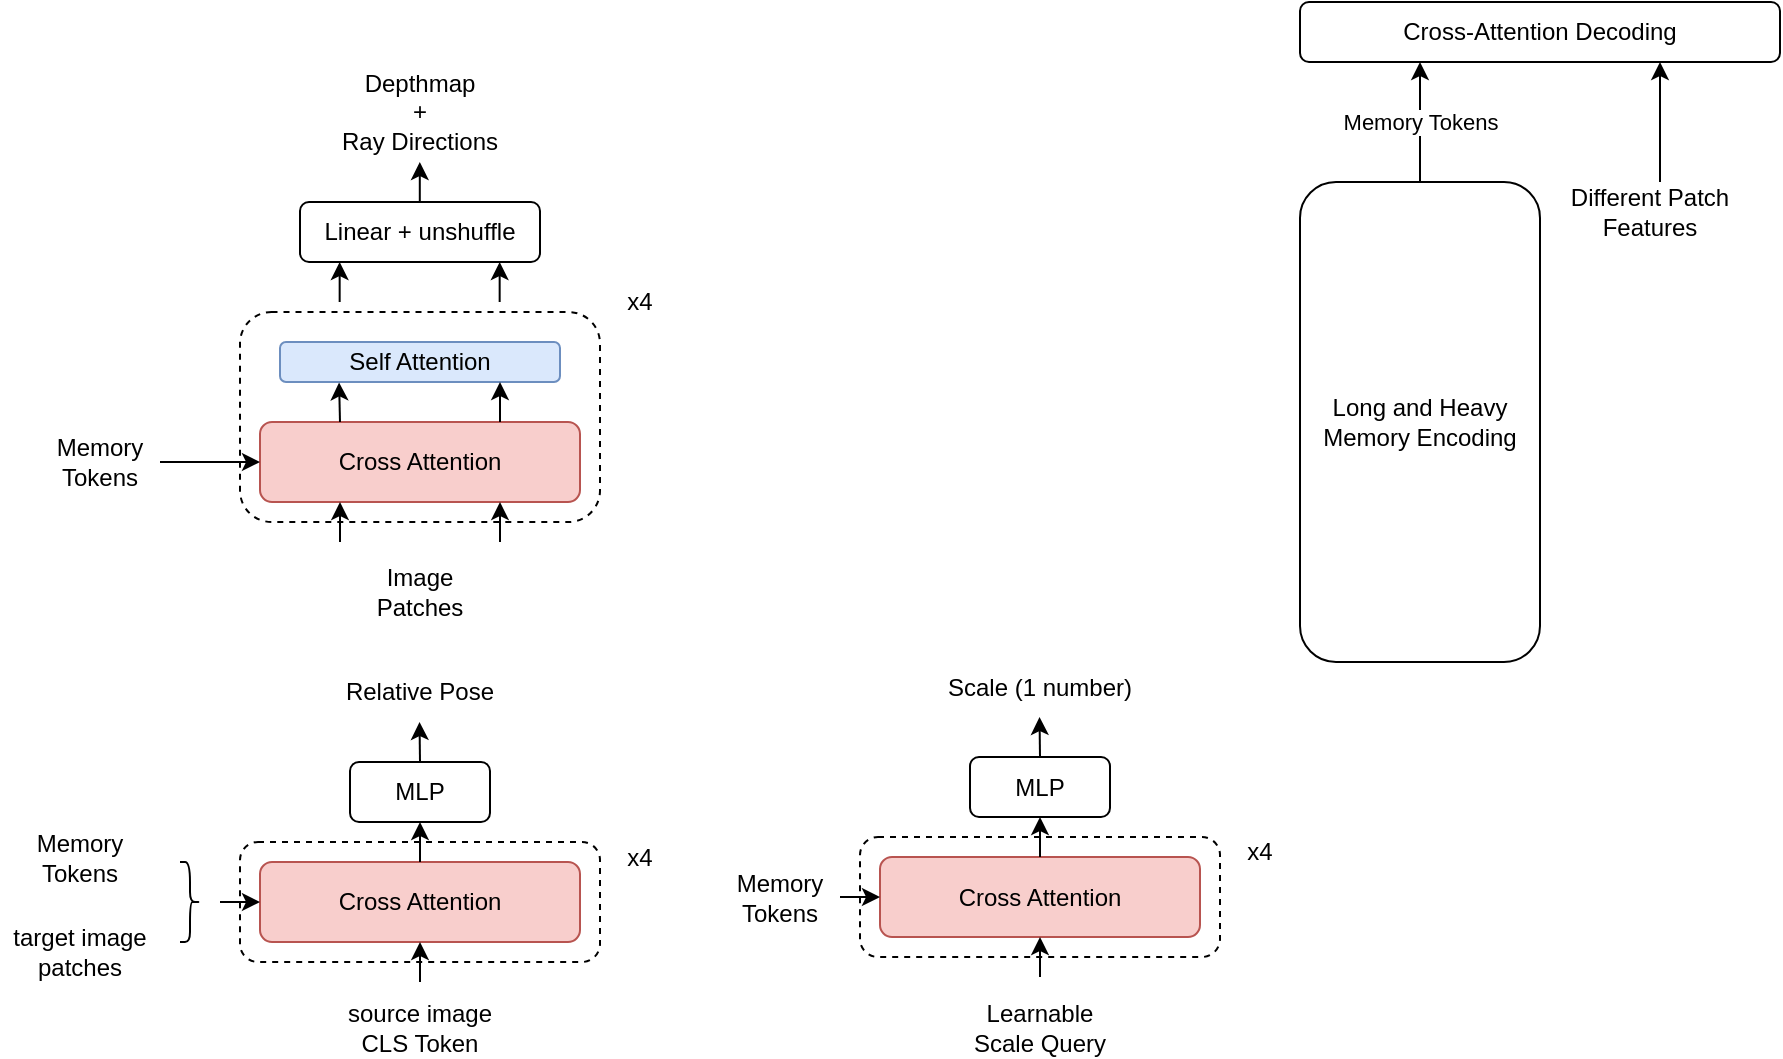
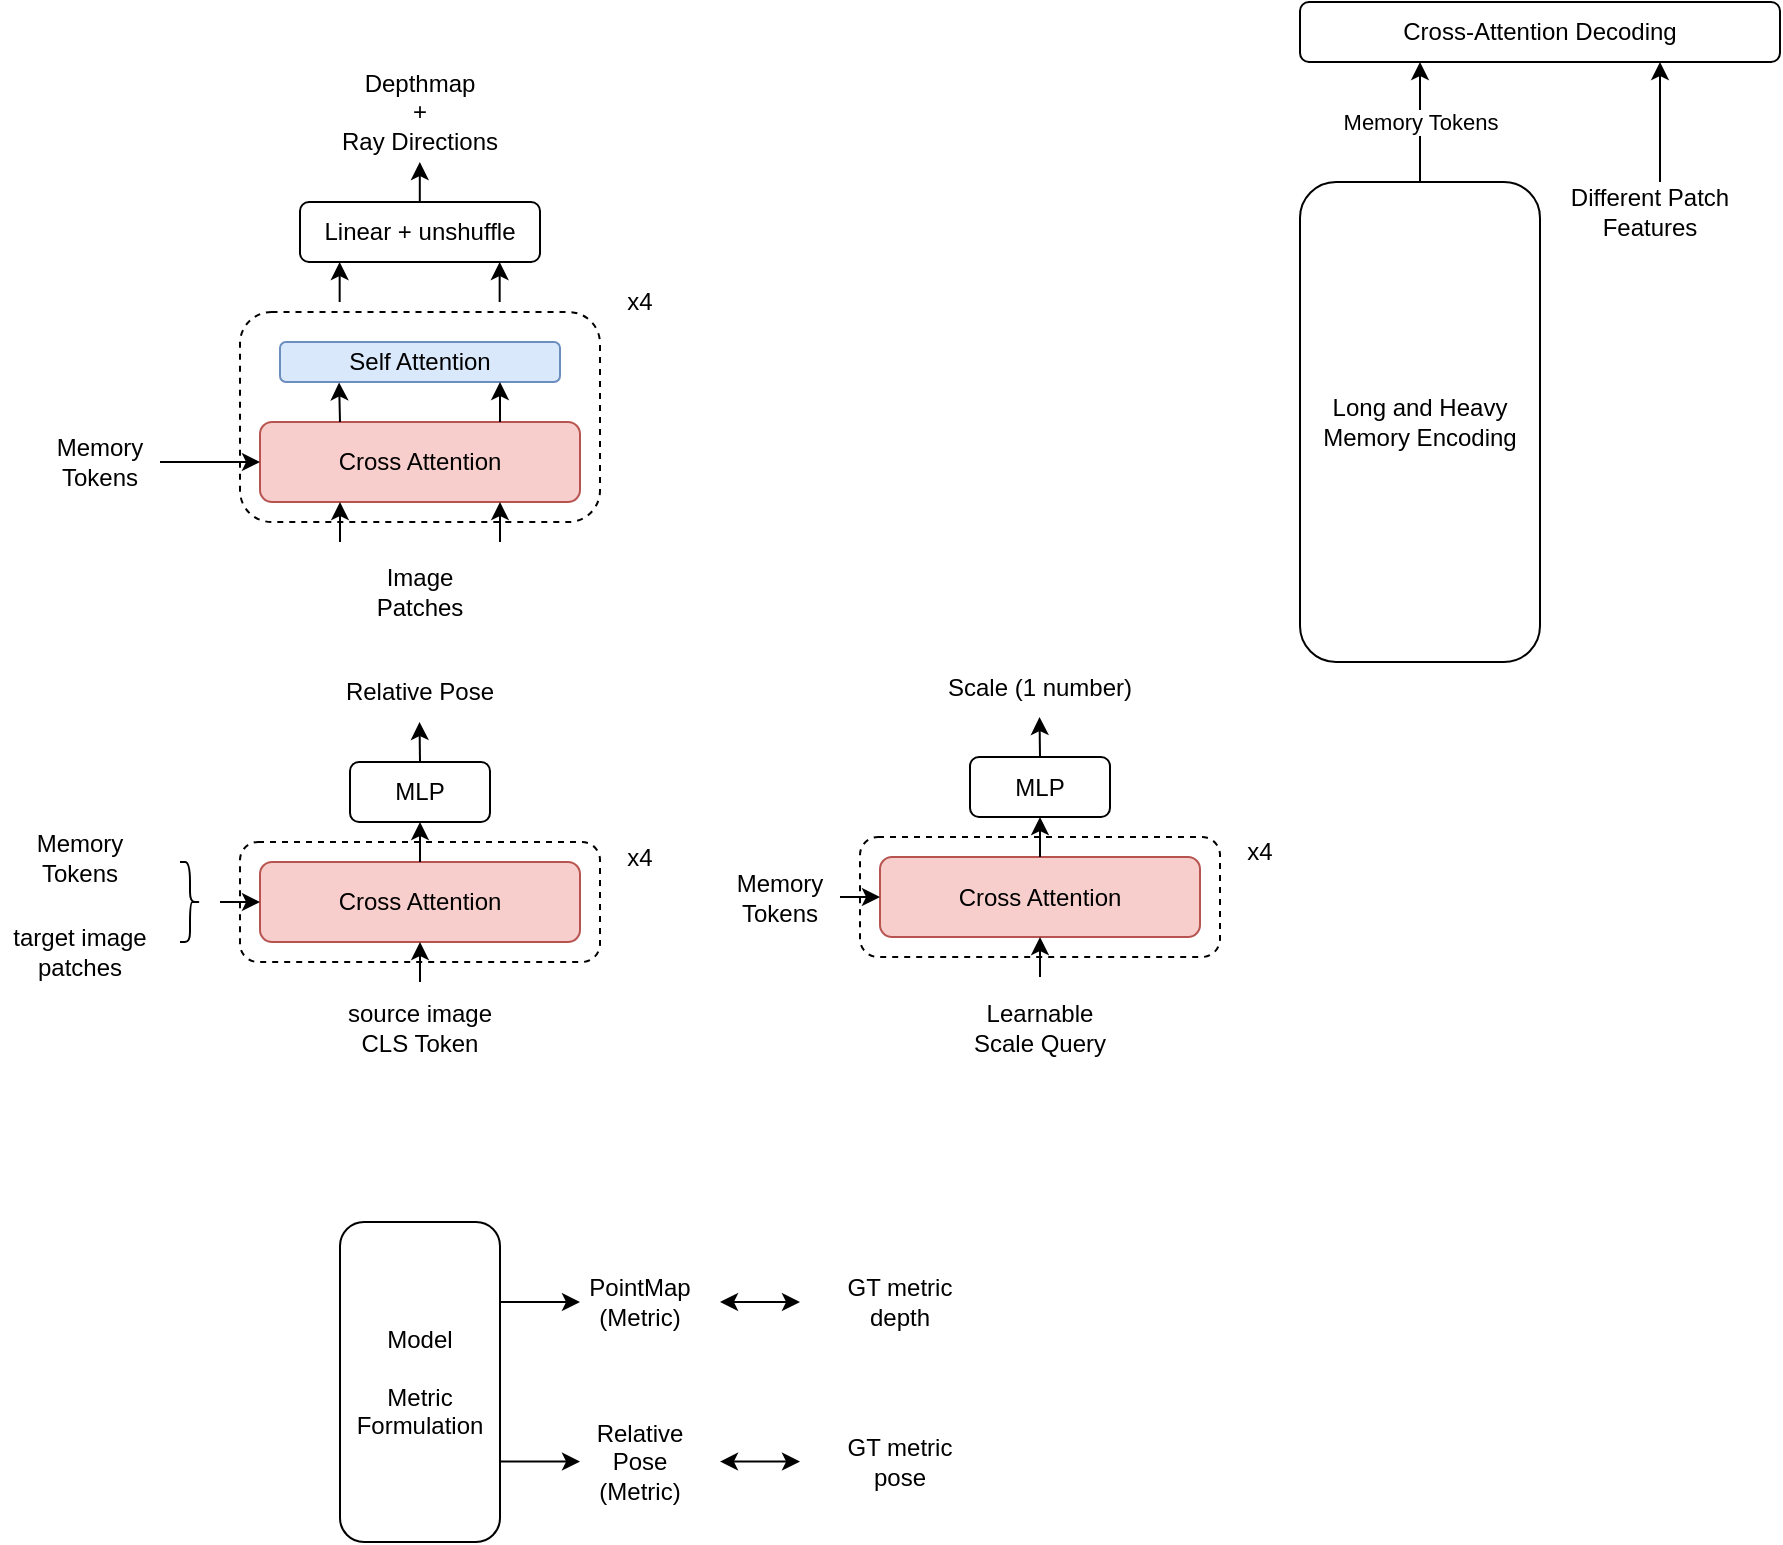
<mxfile host="app.diagrams.net">
  <diagram name="Page-1" id="LQt2_Hfh7H6-ZKKHvrbg">
-     <mxGraphModel dx="1523" dy="391" grid="1" gridSize="10" guides="1" tooltips="1" connect="1" arrows="1" fold="1" page="1" pageScale="1" pageWidth="850" pageHeight="1100" math="0" shadow="0">
+     <mxGraphModel dx="1416" dy="329" grid="1" gridSize="10" guides="1" tooltips="1" connect="1" arrows="1" fold="1" page="1" pageScale="1" pageWidth="850" pageHeight="1100" math="0" shadow="0">
      <root>
        <mxCell id="0" />
        <mxCell id="1" parent="0" />
        <mxCell id="Kup8zPqzDn_rHlbHAEMb-9" parent="1" style="rounded=1;whiteSpace=wrap;html=1;dashed=1;" value="" vertex="1">
          <mxGeometry height="105" width="180" x="30" y="185" as="geometry" />
        </mxCell>
        <mxCell id="Kup8zPqzDn_rHlbHAEMb-1" parent="1" style="text;html=1;whiteSpace=wrap;strokeColor=none;fillColor=none;align=center;verticalAlign=middle;rounded=0;" value="Memory&lt;div&gt;Tokens&lt;/div&gt;" vertex="1">
          <mxGeometry height="30" width="60" x="-70" y="245" as="geometry" />
        </mxCell>
        <mxCell id="Kup8zPqzDn_rHlbHAEMb-2" parent="1" style="rounded=1;whiteSpace=wrap;html=1;fillColor=#f8cecc;strokeColor=#b85450;" value="Cross Attention" vertex="1">
          <mxGeometry height="40" width="160" x="40" y="240" as="geometry" />
        </mxCell>
        <mxCell id="Kup8zPqzDn_rHlbHAEMb-3" parent="1" style="rounded=1;whiteSpace=wrap;html=1;fillColor=#dae8fc;strokeColor=#6c8ebf;" value="Self Attention" vertex="1">
          <mxGeometry height="20" width="140" x="50" y="200" as="geometry" />
        </mxCell>
        <mxCell id="Kup8zPqzDn_rHlbHAEMb-4" edge="1" parent="1" source="Kup8zPqzDn_rHlbHAEMb-1" style="endArrow=classic;html=1;rounded=0;exitX=1;exitY=0.5;exitDx=0;exitDy=0;entryX=0;entryY=0.5;entryDx=0;entryDy=0;" target="Kup8zPqzDn_rHlbHAEMb-2" value="">
          <mxGeometry height="50" relative="1" width="50" as="geometry">
            <mxPoint x="-30" y="350" as="sourcePoint" />
            <mxPoint x="20" y="300" as="targetPoint" />
          </mxGeometry>
        </mxCell>
        <mxCell id="Kup8zPqzDn_rHlbHAEMb-5" edge="1" parent="1" source="Kup8zPqzDn_rHlbHAEMb-2" style="endArrow=classic;html=1;rounded=0;exitX=0.25;exitY=0;exitDx=0;exitDy=0;entryX=0.211;entryY=1.01;entryDx=0;entryDy=0;entryPerimeter=0;" target="Kup8zPqzDn_rHlbHAEMb-3" value="">
          <mxGeometry height="50" relative="1" width="50" as="geometry">
            <mxPoint x="80" y="350" as="sourcePoint" />
            <mxPoint x="130" y="300" as="targetPoint" />
          </mxGeometry>
        </mxCell>
        <mxCell id="Kup8zPqzDn_rHlbHAEMb-6" edge="1" parent="1" style="endArrow=classic;html=1;rounded=0;exitX=0.25;exitY=0;exitDx=0;exitDy=0;entryX=0.211;entryY=1.01;entryDx=0;entryDy=0;entryPerimeter=0;" value="">
          <mxGeometry height="50" relative="1" width="50" as="geometry">
            <mxPoint x="160" y="240" as="sourcePoint" />
            <mxPoint x="160" y="220" as="targetPoint" />
          </mxGeometry>
        </mxCell>
        <mxCell id="Kup8zPqzDn_rHlbHAEMb-7" edge="1" parent="1" style="endArrow=classic;html=1;rounded=0;entryX=0.25;entryY=1;entryDx=0;entryDy=0;" target="Kup8zPqzDn_rHlbHAEMb-2" value="">
          <mxGeometry height="50" relative="1" width="50" as="geometry">
            <mxPoint x="80" y="300" as="sourcePoint" />
            <mxPoint x="90" y="300" as="targetPoint" />
          </mxGeometry>
        </mxCell>
        <mxCell id="Kup8zPqzDn_rHlbHAEMb-8" edge="1" parent="1" style="endArrow=classic;html=1;rounded=0;entryX=0.25;entryY=1;entryDx=0;entryDy=0;" value="">
          <mxGeometry height="50" relative="1" width="50" as="geometry">
            <mxPoint x="160" y="300" as="sourcePoint" />
            <mxPoint x="160" y="280" as="targetPoint" />
          </mxGeometry>
        </mxCell>
        <mxCell id="Kup8zPqzDn_rHlbHAEMb-10" parent="1" style="text;html=1;whiteSpace=wrap;strokeColor=none;fillColor=none;align=center;verticalAlign=middle;rounded=0;" value="Image Patches" vertex="1">
          <mxGeometry height="30" width="60" x="90" y="310" as="geometry" />
        </mxCell>
        <mxCell id="Kup8zPqzDn_rHlbHAEMb-11" parent="1" style="text;html=1;whiteSpace=wrap;strokeColor=none;fillColor=none;align=center;verticalAlign=middle;rounded=0;" value="x4" vertex="1">
          <mxGeometry height="20" width="20" x="220" y="170" as="geometry" />
        </mxCell>
        <mxCell id="Kup8zPqzDn_rHlbHAEMb-12" edge="1" parent="1" style="endArrow=classic;html=1;rounded=0;entryX=0.25;entryY=1;entryDx=0;entryDy=0;" value="">
          <mxGeometry height="50" relative="1" width="50" as="geometry">
            <mxPoint x="79.82999999999998" y="180" as="sourcePoint" />
            <mxPoint x="79.82999999999998" y="160" as="targetPoint" />
          </mxGeometry>
        </mxCell>
        <mxCell id="Kup8zPqzDn_rHlbHAEMb-13" edge="1" parent="1" style="endArrow=classic;html=1;rounded=0;entryX=0.25;entryY=1;entryDx=0;entryDy=0;" value="">
          <mxGeometry height="50" relative="1" width="50" as="geometry">
            <mxPoint x="159.82999999999998" y="180" as="sourcePoint" />
            <mxPoint x="159.82999999999998" y="160" as="targetPoint" />
          </mxGeometry>
        </mxCell>
        <mxCell id="Kup8zPqzDn_rHlbHAEMb-14" parent="1" style="text;html=1;whiteSpace=wrap;strokeColor=none;fillColor=none;align=center;verticalAlign=middle;rounded=0;" value="Depthmap&lt;div&gt;+&lt;/div&gt;&lt;div&gt;Ray Directions&lt;/div&gt;" vertex="1">
          <mxGeometry height="30" width="100" x="70" y="70" as="geometry" />
        </mxCell>
        <mxCell id="Kup8zPqzDn_rHlbHAEMb-16" parent="1" style="rounded=1;whiteSpace=wrap;html=1;dashed=1;" value="" vertex="1">
          <mxGeometry height="60" width="180" x="30" y="450" as="geometry" />
        </mxCell>
        <mxCell id="Kup8zPqzDn_rHlbHAEMb-17" parent="1" style="rounded=1;whiteSpace=wrap;html=1;fillColor=#f8cecc;strokeColor=#b85450;" value="Cross Attention" vertex="1">
          <mxGeometry height="40" width="160" x="40" y="460" as="geometry" />
        </mxCell>
        <mxCell id="Kup8zPqzDn_rHlbHAEMb-19" edge="1" parent="1" style="endArrow=classic;html=1;rounded=0;entryX=0;entryY=0.5;entryDx=0;entryDy=0;" target="Kup8zPqzDn_rHlbHAEMb-17" value="">
          <mxGeometry height="50" relative="1" width="50" as="geometry">
            <mxPoint x="20" y="480" as="sourcePoint" />
            <mxPoint x="20" y="520" as="targetPoint" />
          </mxGeometry>
        </mxCell>
        <mxCell id="Kup8zPqzDn_rHlbHAEMb-20" edge="1" parent="1" source="Kup8zPqzDn_rHlbHAEMb-17" style="endArrow=classic;html=1;rounded=0;exitX=0.5;exitY=0;exitDx=0;exitDy=0;entryX=0.5;entryY=1;entryDx=0;entryDy=0;" target="Kup8zPqzDn_rHlbHAEMb-31" value="">
          <mxGeometry height="50" relative="1" width="50" as="geometry">
            <mxPoint x="120" y="460" as="sourcePoint" />
            <mxPoint x="119.53999999999996" y="440.20000000000005" as="targetPoint" />
          </mxGeometry>
        </mxCell>
        <mxCell id="Kup8zPqzDn_rHlbHAEMb-22" edge="1" parent="1" style="endArrow=classic;html=1;rounded=0;entryX=0.25;entryY=1;entryDx=0;entryDy=0;" value="">
          <mxGeometry height="50" relative="1" width="50" as="geometry">
            <mxPoint x="120" y="520" as="sourcePoint" />
            <mxPoint x="120" y="500" as="targetPoint" />
          </mxGeometry>
        </mxCell>
        <mxCell id="Kup8zPqzDn_rHlbHAEMb-24" parent="1" style="text;html=1;whiteSpace=wrap;strokeColor=none;fillColor=none;align=center;verticalAlign=middle;rounded=0;" value="source image CLS Token" vertex="1">
          <mxGeometry height="30" width="100" x="70" y="527.5" as="geometry" />
        </mxCell>
        <mxCell id="Kup8zPqzDn_rHlbHAEMb-25" parent="1" style="text;html=1;whiteSpace=wrap;strokeColor=none;fillColor=none;align=center;verticalAlign=middle;rounded=0;" value="x4" vertex="1">
          <mxGeometry height="20" width="20" x="220" y="447.5" as="geometry" />
        </mxCell>
        <mxCell id="Kup8zPqzDn_rHlbHAEMb-28" parent="1" style="text;html=1;whiteSpace=wrap;strokeColor=none;fillColor=none;align=center;verticalAlign=middle;rounded=0;" value="Relative Pose" vertex="1">
          <mxGeometry height="30" width="100" x="70" y="360" as="geometry" />
        </mxCell>
        <mxCell id="Kup8zPqzDn_rHlbHAEMb-29" parent="1" style="text;html=1;whiteSpace=wrap;strokeColor=none;fillColor=none;align=center;verticalAlign=middle;rounded=0;" value="Memory&lt;div&gt;Tokens&lt;/div&gt;" vertex="1">
          <mxGeometry height="30" width="80" x="-90" y="442.5" as="geometry" />
        </mxCell>
        <mxCell id="Kup8zPqzDn_rHlbHAEMb-31" parent="1" style="rounded=1;whiteSpace=wrap;html=1;" value="MLP" vertex="1">
          <mxGeometry height="30" width="70" x="85" y="410" as="geometry" />
        </mxCell>
        <mxCell id="Kup8zPqzDn_rHlbHAEMb-33" edge="1" parent="1" source="Kup8zPqzDn_rHlbHAEMb-31" style="endArrow=classic;html=1;rounded=0;exitX=0.5;exitY=0;exitDx=0;exitDy=0;entryX=0.211;entryY=1.01;entryDx=0;entryDy=0;entryPerimeter=0;" value="">
          <mxGeometry height="50" relative="1" width="50" as="geometry">
            <mxPoint x="120.22000000000003" y="409.79999999999995" as="sourcePoint" />
            <mxPoint x="119.75999999999999" y="390" as="targetPoint" />
          </mxGeometry>
        </mxCell>
        <mxCell id="Kup8zPqzDn_rHlbHAEMb-34" parent="1" style="rounded=1;whiteSpace=wrap;html=1;dashed=1;" value="" vertex="1">
          <mxGeometry height="60" width="180" x="340" y="447.5" as="geometry" />
        </mxCell>
        <mxCell id="Kup8zPqzDn_rHlbHAEMb-35" parent="1" style="rounded=1;whiteSpace=wrap;html=1;fillColor=#f8cecc;strokeColor=#b85450;" value="Cross Attention" vertex="1">
          <mxGeometry height="40" width="160" x="350" y="457.5" as="geometry" />
        </mxCell>
        <mxCell id="Kup8zPqzDn_rHlbHAEMb-36" edge="1" parent="1" style="endArrow=classic;html=1;rounded=0;entryX=0;entryY=0.5;entryDx=0;entryDy=0;" target="Kup8zPqzDn_rHlbHAEMb-35" value="">
          <mxGeometry height="50" relative="1" width="50" as="geometry">
            <mxPoint x="330" y="477.5" as="sourcePoint" />
            <mxPoint x="330" y="517.5" as="targetPoint" />
          </mxGeometry>
        </mxCell>
        <mxCell id="Kup8zPqzDn_rHlbHAEMb-37" edge="1" parent="1" source="Kup8zPqzDn_rHlbHAEMb-35" style="endArrow=classic;html=1;rounded=0;exitX=0.5;exitY=0;exitDx=0;exitDy=0;entryX=0.5;entryY=1;entryDx=0;entryDy=0;" target="Kup8zPqzDn_rHlbHAEMb-43" value="">
          <mxGeometry height="50" relative="1" width="50" as="geometry">
            <mxPoint x="430" y="457.5" as="sourcePoint" />
            <mxPoint x="429.53999999999996" y="437.70000000000005" as="targetPoint" />
          </mxGeometry>
        </mxCell>
        <mxCell id="Kup8zPqzDn_rHlbHAEMb-38" edge="1" parent="1" style="endArrow=classic;html=1;rounded=0;entryX=0.25;entryY=1;entryDx=0;entryDy=0;" value="">
          <mxGeometry height="50" relative="1" width="50" as="geometry">
            <mxPoint x="430" y="517.5" as="sourcePoint" />
            <mxPoint x="430" y="497.5" as="targetPoint" />
          </mxGeometry>
        </mxCell>
        <mxCell id="Kup8zPqzDn_rHlbHAEMb-39" parent="1" style="text;html=1;whiteSpace=wrap;strokeColor=none;fillColor=none;align=center;verticalAlign=middle;rounded=0;" value="Learnable&lt;div&gt;Scale Query&lt;/div&gt;" vertex="1">
          <mxGeometry height="30" width="90" x="385" y="527.5" as="geometry" />
        </mxCell>
        <mxCell id="Kup8zPqzDn_rHlbHAEMb-40" parent="1" style="text;html=1;whiteSpace=wrap;strokeColor=none;fillColor=none;align=center;verticalAlign=middle;rounded=0;" value="x4" vertex="1">
          <mxGeometry height="20" width="20" x="530" y="445" as="geometry" />
        </mxCell>
        <mxCell id="Kup8zPqzDn_rHlbHAEMb-41" parent="1" style="text;html=1;whiteSpace=wrap;strokeColor=none;fillColor=none;align=center;verticalAlign=middle;rounded=0;" value="Scale (1 number)" vertex="1">
          <mxGeometry height="30" width="100" x="380" y="357.5" as="geometry" />
        </mxCell>
        <mxCell id="Kup8zPqzDn_rHlbHAEMb-42" parent="1" style="text;html=1;whiteSpace=wrap;strokeColor=none;fillColor=none;align=center;verticalAlign=middle;rounded=0;" value="Memory&lt;div&gt;Tokens&lt;/div&gt;" vertex="1">
          <mxGeometry height="30" width="60" x="270" y="462.5" as="geometry" />
        </mxCell>
        <mxCell id="Kup8zPqzDn_rHlbHAEMb-43" parent="1" style="rounded=1;whiteSpace=wrap;html=1;" value="MLP" vertex="1">
          <mxGeometry height="30" width="70" x="395" y="407.5" as="geometry" />
        </mxCell>
        <mxCell id="Kup8zPqzDn_rHlbHAEMb-44" edge="1" parent="1" source="Kup8zPqzDn_rHlbHAEMb-43" style="endArrow=classic;html=1;rounded=0;exitX=0.5;exitY=0;exitDx=0;exitDy=0;entryX=0.211;entryY=1.01;entryDx=0;entryDy=0;entryPerimeter=0;" value="">
          <mxGeometry height="50" relative="1" width="50" as="geometry">
            <mxPoint x="430.22" y="407.29999999999995" as="sourcePoint" />
            <mxPoint x="429.76" y="387.5" as="targetPoint" />
          </mxGeometry>
        </mxCell>
        <mxCell id="Kup8zPqzDn_rHlbHAEMb-46" parent="1" style="rounded=1;whiteSpace=wrap;html=1;" value="Linear + unshuffle" vertex="1">
          <mxGeometry height="30" width="120" x="60" y="130" as="geometry" />
        </mxCell>
        <mxCell id="Kup8zPqzDn_rHlbHAEMb-47" edge="1" parent="1" style="endArrow=classic;html=1;rounded=0;entryX=0.25;entryY=1;entryDx=0;entryDy=0;" value="">
          <mxGeometry height="50" relative="1" width="50" as="geometry">
            <mxPoint x="119.9" y="130" as="sourcePoint" />
            <mxPoint x="119.9" y="110" as="targetPoint" />
          </mxGeometry>
        </mxCell>
        <mxCell id="Kup8zPqzDn_rHlbHAEMb-48" parent="1" style="text;html=1;whiteSpace=wrap;strokeColor=none;fillColor=none;align=center;verticalAlign=middle;rounded=0;" value="target image patches" vertex="1">
          <mxGeometry height="30" width="80" x="-90" y="490" as="geometry" />
        </mxCell>
        <mxCell id="Kup8zPqzDn_rHlbHAEMb-49" parent="1" style="shape=curlyBracket;whiteSpace=wrap;html=1;rounded=1;flipH=1;labelPosition=right;verticalLabelPosition=middle;align=left;verticalAlign=middle;legacyAnchorPoints=0;" value="" vertex="1">
          <mxGeometry height="40" width="10" y="460" as="geometry" />
        </mxCell>
        <mxCell id="Kup8zPqzDn_rHlbHAEMb-51" parent="1" style="rounded=1;whiteSpace=wrap;html=1;" value="Long and Heavy&lt;div&gt;Memory Encoding&lt;/div&gt;" vertex="1">
          <mxGeometry height="240" width="120" x="560" y="120" as="geometry" />
        </mxCell>
        <mxCell id="Kup8zPqzDn_rHlbHAEMb-52" parent="1" style="rounded=1;whiteSpace=wrap;html=1;" value="Cross-Attention Decoding" vertex="1">
          <mxGeometry height="30" width="240" x="560" y="30" as="geometry" />
        </mxCell>
        <mxCell id="Kup8zPqzDn_rHlbHAEMb-53" edge="1" parent="1" source="Kup8zPqzDn_rHlbHAEMb-51" style="endArrow=classic;html=1;rounded=0;exitX=0.5;exitY=0;exitDx=0;exitDy=0;entryX=0.25;entryY=1;entryDx=0;entryDy=0;" target="Kup8zPqzDn_rHlbHAEMb-52" value="">
          <mxGeometry height="50" relative="1" width="50" as="geometry">
            <mxPoint x="480" y="130" as="sourcePoint" />
            <mxPoint x="530" y="80" as="targetPoint" />
          </mxGeometry>
        </mxCell>
        <mxCell id="Kup8zPqzDn_rHlbHAEMb-54" connectable="0" parent="Kup8zPqzDn_rHlbHAEMb-53" style="edgeLabel;html=1;align=center;verticalAlign=middle;resizable=0;points=[];" value="Memory Tokens" vertex="1">
          <mxGeometry relative="1" as="geometry">
            <mxPoint as="offset" />
          </mxGeometry>
        </mxCell>
        <mxCell id="Kup8zPqzDn_rHlbHAEMb-55" edge="1" parent="1" style="endArrow=classic;html=1;rounded=0;entryX=0.75;entryY=1;entryDx=0;entryDy=0;" target="Kup8zPqzDn_rHlbHAEMb-52" value="">
          <mxGeometry height="50" relative="1" width="50" as="geometry">
            <mxPoint x="740" y="120" as="sourcePoint" />
            <mxPoint x="780" y="120" as="targetPoint" />
          </mxGeometry>
        </mxCell>
        <mxCell id="Kup8zPqzDn_rHlbHAEMb-56" parent="1" style="text;html=1;whiteSpace=wrap;strokeColor=none;fillColor=none;align=center;verticalAlign=middle;rounded=0;" value="Different Patch Features" vertex="1">
          <mxGeometry height="30" width="90" x="690" y="120" as="geometry" />
        </mxCell>
+         <mxCell id="Kup8zPqzDn_rHlbHAEMb-57" parent="1" style="rounded=1;whiteSpace=wrap;html=1;" value="Model&lt;div&gt;&lt;br&gt;&lt;/div&gt;&lt;div&gt;Metric&lt;/div&gt;&lt;div&gt;Formulation&lt;/div&gt;" vertex="1">
+           <mxGeometry height="160" width="80" x="80" y="640" as="geometry" />
+         </mxCell>
+         <mxCell id="Kup8zPqzDn_rHlbHAEMb-58" edge="1" parent="1" source="Kup8zPqzDn_rHlbHAEMb-57" style="endArrow=classic;html=1;rounded=0;exitX=1;exitY=0.25;exitDx=0;exitDy=0;" value="">
+           <mxGeometry height="50" relative="1" width="50" as="geometry">
+             <mxPoint x="170" y="680" as="sourcePoint" />
+             <mxPoint x="200" y="680" as="targetPoint" />
+           </mxGeometry>
+         </mxCell>
+         <mxCell id="Kup8zPqzDn_rHlbHAEMb-59" parent="1" style="text;html=1;whiteSpace=wrap;strokeColor=none;fillColor=none;align=center;verticalAlign=middle;rounded=0;" value="PointMap (Metric)" vertex="1">
+           <mxGeometry height="30" width="60" x="200" y="665" as="geometry" />
+         </mxCell>
+         <mxCell id="Kup8zPqzDn_rHlbHAEMb-60" parent="1" style="text;html=1;whiteSpace=wrap;strokeColor=none;fillColor=none;align=center;verticalAlign=middle;rounded=0;" value="Relative Pose (Metric)" vertex="1">
+           <mxGeometry height="30" width="60" x="200" y="745" as="geometry" />
+         </mxCell>
+         <mxCell id="Kup8zPqzDn_rHlbHAEMb-61" edge="1" parent="1" style="endArrow=classic;html=1;rounded=0;exitX=1;exitY=0.25;exitDx=0;exitDy=0;" value="">
+           <mxGeometry height="50" relative="1" width="50" as="geometry">
+             <mxPoint x="160" y="759.8" as="sourcePoint" />
+             <mxPoint x="200" y="759.8" as="targetPoint" />
+           </mxGeometry>
+         </mxCell>
+         <mxCell id="Kup8zPqzDn_rHlbHAEMb-64" edge="1" parent="1" style="endArrow=classic;startArrow=classic;html=1;rounded=0;" value="">
+           <mxGeometry height="50" relative="1" width="50" as="geometry">
+             <mxPoint x="270" y="680" as="sourcePoint" />
+             <mxPoint x="310" y="680" as="targetPoint" />
+           </mxGeometry>
+         </mxCell>
+         <mxCell id="Kup8zPqzDn_rHlbHAEMb-65" edge="1" parent="1" style="endArrow=classic;startArrow=classic;html=1;rounded=0;" value="">
+           <mxGeometry height="50" relative="1" width="50" as="geometry">
+             <mxPoint x="270" y="759.8" as="sourcePoint" />
+             <mxPoint x="310" y="759.8" as="targetPoint" />
+           </mxGeometry>
+         </mxCell>
+         <mxCell id="Kup8zPqzDn_rHlbHAEMb-66" parent="1" style="text;html=1;whiteSpace=wrap;strokeColor=none;fillColor=none;align=center;verticalAlign=middle;rounded=0;" value="GT metric depth" vertex="1">
+           <mxGeometry height="30" width="60" x="330" y="665" as="geometry" />
+         </mxCell>
+         <mxCell id="Kup8zPqzDn_rHlbHAEMb-67" parent="1" style="text;html=1;whiteSpace=wrap;strokeColor=none;fillColor=none;align=center;verticalAlign=middle;rounded=0;" value="GT metric pose" vertex="1">
+           <mxGeometry height="30" width="60" x="330" y="745" as="geometry" />
+         </mxCell>
      </root>
    </mxGraphModel>
  </diagram>
</mxfile>
